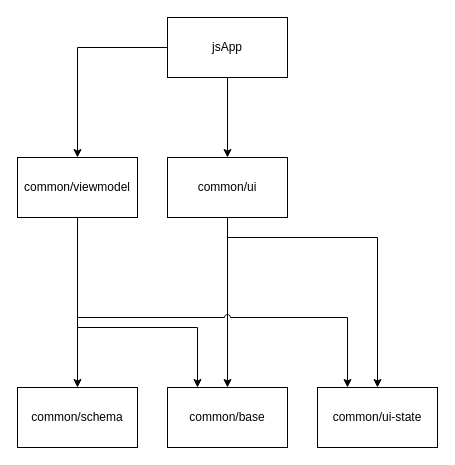
matsudamper/kake-bo keeps this draw.io diagram as module.drawio. Above is the earlier version. Source tidied: cells renumbered, new cells numbered last; positions are measured from the earlier drawing's top-left corner, leaving out a move shared by most shapes. Both pictures are drawn from the tidied source at 100%, with x=0, y=0 at pixel (17, 17).
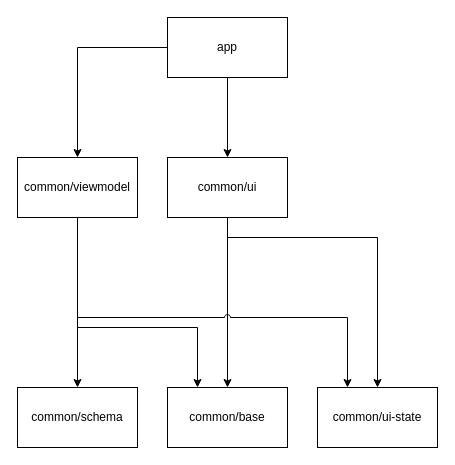
The same page after the edit.

The edit, as a diff of the source:
```diff
@@
 <mxGraphModel>
   <root>
     <mxCell id="0" />
     <mxCell id="1" parent="0" />
     <mxCell id="2" style="edgeStyle=orthogonalEdgeStyle;rounded=0;jettySize=auto;html=1;exitX=0.5;exitY=1;exitDx=0;exitDy=0;entryX=0.5;entryY=0;entryDx=0;entryDy=0;" parent="1" edge="1" source="4" target="11">
       <mxGeometry relative="1" as="geometry" />
     </mxCell>
     <mxCell id="3" style="edgeStyle=orthogonalEdgeStyle;rounded=0;jettySize=auto;html=1;" parent="1" edge="1" source="4" target="8">
       <mxGeometry relative="1" as="geometry" />
     </mxCell>
-    <mxCell id="4" value="jsApp" style="rounded=0;whiteSpace=wrap;html=1;" parent="1" vertex="1">
+    <mxCell id="4" value="app" style="rounded=0;whiteSpace=wrap;html=1;" parent="1" vertex="1">
       <mxGeometry x="150" width="120" height="60" as="geometry" />
     </mxCell>
     <mxCell id="5" value="common/base" style="rounded=0;whiteSpace=wrap;html=1;" parent="1" vertex="1">
       <mxGeometry x="150" y="370" width="120" height="60" as="geometry" />
     </mxCell>
     <mxCell id="6" style="edgeStyle=orthogonalEdgeStyle;rounded=0;jettySize=auto;html=1;exitX=0.5;exitY=1;exitDx=0;exitDy=0;entryX=0.5;entryY=0;entryDx=0;entryDy=0;" parent="1" edge="1" source="8" target="13">
       <mxGeometry relative="1" as="geometry" />
     </mxCell>
     <mxCell id="7" style="edgeStyle=orthogonalEdgeStyle;rounded=0;jettySize=auto;html=1;exitX=0.5;exitY=1;exitDx=0;exitDy=0;entryX=0.25;entryY=0;entryDx=0;entryDy=0;" parent="1" edge="1" source="8" target="5">
       <mxGeometry relative="1" as="geometry">
         <Array as="points">
           <mxPoint x="60" y="310" />
           <mxPoint x="180" y="310" />
         </Array>
       </mxGeometry>
     </mxCell>
     <mxCell id="8" value="common/viewmodel" style="rounded=0;whiteSpace=wrap;html=1;" parent="1" vertex="1">
       <mxGeometry y="140" width="120" height="60" as="geometry" />
     </mxCell>
     <mxCell id="9" style="edgeStyle=orthogonalEdgeStyle;rounded=0;jettySize=auto;html=1;exitX=0.5;exitY=1;exitDx=0;exitDy=0;" parent="1" edge="1" source="11" target="5">
       <mxGeometry relative="1" as="geometry" />
     </mxCell>
     <mxCell id="10" style="edgeStyle=orthogonalEdgeStyle;rounded=0;jettySize=auto;html=1;exitX=0.5;exitY=1;exitDx=0;exitDy=0;" parent="1" edge="1" source="11" target="12">
       <mxGeometry relative="1" as="geometry">
         <Array as="points">
           <mxPoint x="210" y="220" />
           <mxPoint x="360" y="220" />
         </Array>
       </mxGeometry>
     </mxCell>
     <mxCell id="11" value="common/ui" style="rounded=0;whiteSpace=wrap;html=1;" parent="1" vertex="1">
       <mxGeometry x="150" y="140" width="120" height="60" as="geometry" />
     </mxCell>
     <mxCell id="12" value="common/ui-state" style="rounded=0;whiteSpace=wrap;html=1;" parent="1" vertex="1">
       <mxGeometry x="300" y="370" width="120" height="60" as="geometry" />
     </mxCell>
     <mxCell id="13" value="common/schema" style="rounded=0;whiteSpace=wrap;html=1;" parent="1" vertex="1">
       <mxGeometry y="370" width="120" height="60" as="geometry" />
     </mxCell>
     <mxCell id="14" style="edgeStyle=orthogonalEdgeStyle;rounded=0;jettySize=auto;html=1;exitX=0.5;exitY=1;exitDx=0;exitDy=0;entryX=0.25;entryY=0;entryDx=0;entryDy=0;jumpStyle=arc;" parent="1" edge="1" source="8" target="12">
       <mxGeometry relative="1" as="geometry">
         <Array as="points">
           <mxPoint x="60" y="300" />
           <mxPoint x="330" y="300" />
         </Array>
       </mxGeometry>
     </mxCell>
   </root>
 </mxGraphModel>
```
